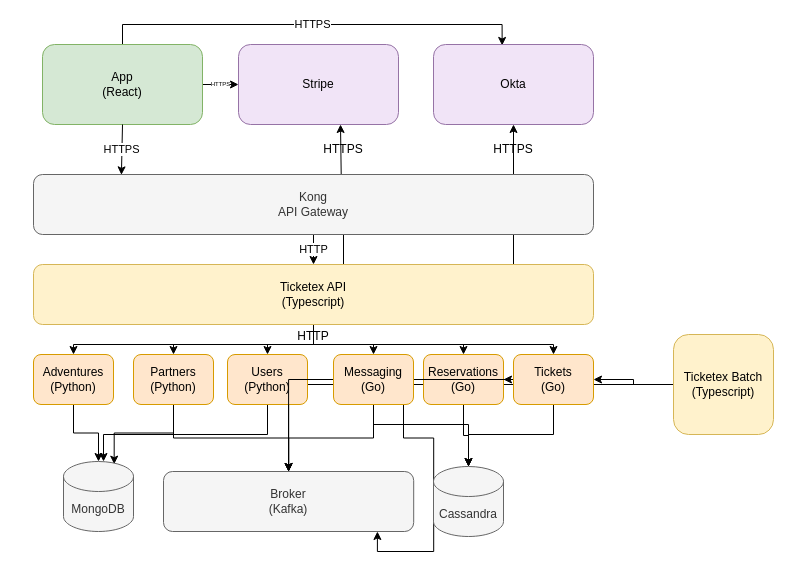
andrescosta/ticketex keeps this draw.io diagram as page "Arch (Low)" (3 of 4) of docs/arch.drawio. Above is the earlier version. Source tidied: cells renumbered, new cells numbered last; positions are measured from the earlier drawing's top-left corner, leaving out a move shared by most shapes. Both pictures are drawn from the tidied source at 100%, with x=0, y=0 at pixel (33, 24).
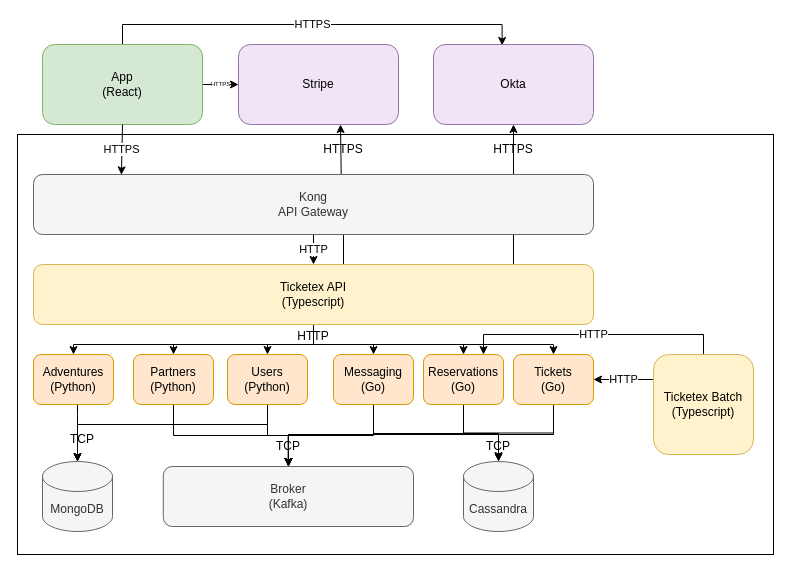
The same diagram, later.

The change refers to these unchanged cells:
```xml
<mxCell id="18" value="Partners&lt;br&gt;(Python)" style="rounded=1;whiteSpace=wrap;html=1;fillColor=#ffe6cc;strokeColor=#d79b00;" parent="1" vertex="1">
  <mxGeometry x="100" y="330" width="80" height="50" as="geometry" />
</mxCell>
<mxCell id="20" value="Users&lt;br&gt;(Python)" style="rounded=1;whiteSpace=wrap;html=1;fillColor=#ffe6cc;strokeColor=#d79b00;" parent="1" vertex="1">
  <mxGeometry x="194" y="330" width="80" height="50" as="geometry" />
</mxCell>
<mxCell id="24" value="Reservations&lt;br&gt;(Go)" style="rounded=1;whiteSpace=wrap;html=1;fillColor=#ffe6cc;strokeColor=#d79b00;" parent="1" vertex="1">
  <mxGeometry x="390" y="330" width="80" height="50" as="geometry" />
</mxCell>
<mxCell id="27" value="Tickets&lt;br&gt;(Go)" style="rounded=1;whiteSpace=wrap;html=1;fillColor=#ffe6cc;strokeColor=#d79b00;" parent="1" vertex="1">
  <mxGeometry x="480" y="330" width="80" height="50" as="geometry" />
</mxCell>
<mxCell id="30" value="Messaging&lt;br&gt;(Go)" style="rounded=1;whiteSpace=wrap;html=1;fillColor=#ffe6cc;strokeColor=#d79b00;" parent="1" vertex="1">
  <mxGeometry x="300" y="330" width="80" height="50" as="geometry" />
</mxCell>
<mxCell id="33" value="Adventures&lt;br&gt;(Python)" style="rounded=1;whiteSpace=wrap;html=1;fillColor=#ffe6cc;strokeColor=#d79b00;" parent="1" vertex="1">
  <mxGeometry y="330" width="80" height="50" as="geometry" />
</mxCell>
```

What changed in the source:
```diff
@@
+    <mxCell id="45" style="rounded=0;whiteSpace=wrap;html=1;" parent="1" vertex="1">
+      <mxGeometry x="-16" y="110" width="756" height="420" as="geometry" />
+    </mxCell>
@@
     <mxCell id="11" value="Broker&lt;br&gt;(Kafka)" style="rounded=1;whiteSpace=wrap;html=1;fillColor=#f5f5f5;strokeColor=#666666;fontColor=#333333;" parent="1" vertex="1">
-      <mxGeometry x="130" y="447" width="250.2" height="60" as="geometry" />
+      <mxGeometry x="129.8" y="442" width="250.2" height="60" as="geometry" />
     </mxCell>
+    <mxCell id="13" value="HTTP" style="edgeStyle=orthogonalEdgeStyle;rounded=0;jettySize=auto;html=1;entryX=1;entryY=0.5;entryDx=0;entryDy=0;" parent="1" edge="1" source="15" target="27">
+      <mxGeometry relative="1" as="geometry">
+        <Array as="points">
+          <mxPoint x="610" y="355" />
+          <mxPoint x="610" y="355" />
+        </Array>
+      </mxGeometry>
+    </mxCell>
-    <mxCell id="12" style="edgeStyle=orthogonalEdgeStyle;rounded=0;jettySize=auto;html=1;" parent="1" edge="1" source="15" target="24">
-      <mxGeometry relative="1" as="geometry" />
+    <mxCell id="12" value="HTTP" style="edgeStyle=orthogonalEdgeStyle;rounded=0;jettySize=auto;html=1;entryX=0.75;entryY=0;entryDx=0;entryDy=0;" parent="1" edge="1" source="15" target="24">
+      <mxGeometry relative="1" as="geometry">
+        <Array as="points">
+          <mxPoint x="670" y="310" />
+          <mxPoint x="450" y="310" />
+        </Array>
+      </mxGeometry>
     </mxCell>
-    <mxCell id="13" style="edgeStyle=orthogonalEdgeStyle;rounded=0;jettySize=auto;html=1;" parent="1" edge="1" source="15" target="27">
-      <mxGeometry relative="1" as="geometry" />
-    </mxCell>
-    <mxCell id="14" style="edgeStyle=orthogonalEdgeStyle;rounded=0;jettySize=auto;html=1;" parent="1" edge="1" source="15" target="11">
-      <mxGeometry relative="1" as="geometry" />
-    </mxCell>
     <mxCell id="15" value="Ticketex&amp;nbsp;Batch&lt;br&gt;(Typescript)" style="rounded=1;whiteSpace=wrap;html=1;fillColor=#fff2cc;strokeColor=#d6b656;" parent="1" vertex="1">
-      <mxGeometry x="640" y="310" width="100" height="100" as="geometry" />
+      <mxGeometry x="620" y="330" width="100" height="100" as="geometry" />
     </mxCell>
-    <mxCell id="16" style="edgeStyle=orthogonalEdgeStyle;rounded=0;jettySize=auto;html=1;entryX=0.724;entryY=0.038;entryDx=0;entryDy=0;entryPerimeter=0;" parent="1" edge="1" source="18" target="21">
-      <mxGeometry relative="1" as="geometry" />
+    <mxCell id="16" style="edgeStyle=orthogonalEdgeStyle;rounded=0;jettySize=auto;html=1;entryX=0.5;entryY=0;entryDx=0;entryDy=0;entryPerimeter=0;" parent="1" edge="1" source="18" target="21">
+      <mxGeometry relative="1" as="geometry">
+        <Array as="points">
+          <mxPoint x="140" y="400" />
+          <mxPoint x="44" y="400" />
+        </Array>
+      </mxGeometry>
     </mxCell>
@@
     <mxCell id="19" style="edgeStyle=orthogonalEdgeStyle;rounded=0;jettySize=auto;html=1;" parent="1" edge="1" source="20" target="21">
       <mxGeometry relative="1" as="geometry">
         <Array as="points">
-          <mxPoint x="234" y="410" />
-          <mxPoint x="70" y="410" />
+          <mxPoint x="234" y="400" />
+          <mxPoint x="44" y="400" />
         </Array>
       </mxGeometry>
     </mxCell>
+    <mxCell id="46" style="edgeStyle=orthogonalEdgeStyle;rounded=0;jettySize=auto;html=1;entryX=0.5;entryY=0;entryDx=0;entryDy=0;" parent="1" edge="1" source="20" target="11">
+      <mxGeometry relative="1" as="geometry" />
+    </mxCell>
+    <mxCell id="47" style="edgeStyle=orthogonalEdgeStyle;rounded=0;jettySize=auto;html=1;entryX=0.5;entryY=0;entryDx=0;entryDy=0;" parent="1" edge="1" source="20" target="11">
+      <mxGeometry relative="1" as="geometry" />
+    </mxCell>
@@
     <mxCell id="21" value="MongoDB" style="shape=cylinder3;whiteSpace=wrap;html=1;boundedLbl=1;backgroundOutline=1;size=15;fillColor=#f5f5f5;strokeColor=#666666;fontColor=#333333;" parent="1" vertex="1">
-      <mxGeometry x="30" y="437" width="70" height="70" as="geometry" />
+      <mxGeometry x="9" y="437" width="70" height="70" as="geometry" />
     </mxCell>
@@
-    <mxCell id="23" style="edgeStyle=orthogonalEdgeStyle;rounded=0;jettySize=auto;html=1;entryX=0.855;entryY=1;entryDx=0;entryDy=0;entryPerimeter=0;" parent="1" edge="1" source="24" target="11">
-      <mxGeometry relative="1" as="geometry" />
+    <mxCell id="23" style="edgeStyle=orthogonalEdgeStyle;rounded=0;jettySize=auto;html=1;" parent="1" edge="1" source="24" target="11">
+      <mxGeometry relative="1" as="geometry">
+        <Array as="points">
+          <mxPoint x="430" y="410" />
+          <mxPoint x="255" y="410" />
+        </Array>
+      </mxGeometry>
     </mxCell>
@@
     <mxCell id="25" style="edgeStyle=orthogonalEdgeStyle;rounded=0;jettySize=auto;html=1;entryX=0.5;entryY=0;entryDx=0;entryDy=0;entryPerimeter=0;" parent="1" edge="1" source="27" target="31">
-      <mxGeometry relative="1" as="geometry">
-        <Array as="points">
-          <mxPoint x="520" y="410" />
-          <mxPoint x="435" y="410" />
-        </Array>
-      </mxGeometry>
+      <mxGeometry relative="1" as="geometry" />
     </mxCell>
     <mxCell id="26" style="edgeStyle=orthogonalEdgeStyle;rounded=0;jettySize=auto;html=1;" parent="1" edge="1" source="27" target="11">
-      <mxGeometry relative="1" as="geometry" />
+      <mxGeometry relative="1" as="geometry">
+        <Array as="points">
+          <mxPoint x="520" y="410" />
+          <mxPoint x="255" y="410" />
+        </Array>
+      </mxGeometry>
     </mxCell>
@@
-    <mxCell id="28" style="edgeStyle=orthogonalEdgeStyle;rounded=0;jettySize=auto;html=1;" parent="1" edge="1" source="30" target="31">
-      <mxGeometry relative="1" as="geometry">
-        <Array as="points">
-          <mxPoint x="340" y="400" />
-          <mxPoint x="435" y="400" />
-        </Array>
-      </mxGeometry>
-    </mxCell>
+    <mxCell id="48" style="edgeStyle=orthogonalEdgeStyle;rounded=0;orthogonalLoop=1;jettySize=auto;html=1;entryX=0.5;entryY=0;entryDx=0;entryDy=0;entryPerimeter=0;" parent="1" edge="1">
+      <mxGeometry relative="1" as="geometry">
+        <mxPoint x="340" y="379" as="sourcePoint" />
+        <mxPoint x="465" y="436" as="targetPoint" />
+        <Array as="points">
+          <mxPoint x="340" y="409" />
+          <mxPoint x="465" y="409" />
+        </Array>
+      </mxGeometry>
+    </mxCell>
-    <mxCell id="29" style="edgeStyle=orthogonalEdgeStyle;rounded=0;jettySize=auto;html=1;" parent="1" edge="1" source="30" target="11">
+    <mxCell id="29" style="edgeStyle=orthogonalEdgeStyle;rounded=0;jettySize=auto;html=1;entryX=0.5;entryY=0;entryDx=0;entryDy=0;" parent="1" edge="1" source="30" target="11">
       <mxGeometry relative="1" as="geometry" />
     </mxCell>
@@
     <mxCell id="31" value="Cassandra" style="shape=cylinder3;whiteSpace=wrap;html=1;boundedLbl=1;backgroundOutline=1;size=15;fillColor=#f5f5f5;strokeColor=#666666;fontColor=#333333;" parent="1" vertex="1">
-      <mxGeometry x="400" y="442" width="70" height="70" as="geometry" />
+      <mxGeometry x="430" y="437" width="70" height="70" as="geometry" />
     </mxCell>
-    <mxCell id="32" style="edgeStyle=orthogonalEdgeStyle;rounded=0;jettySize=auto;html=1;" parent="1" edge="1" source="33" target="21">
-      <mxGeometry relative="1" as="geometry" />
+    <mxCell id="32" style="edgeStyle=orthogonalEdgeStyle;rounded=0;jettySize=auto;html=1;entryX=0.5;entryY=0;entryDx=0;entryDy=0;entryPerimeter=0;" parent="1" edge="1" source="33" target="21">
+      <mxGeometry relative="1" as="geometry">
+        <Array as="points">
+          <mxPoint x="44" y="390" />
+          <mxPoint x="44" y="390" />
+        </Array>
+      </mxGeometry>
     </mxCell>
@@
+    <mxCell id="49" value="TCP" style="text;html=1;strokeColor=none;fillColor=none;align=center;verticalAlign=middle;whiteSpace=wrap;rounded=0;" parent="1" vertex="1">
+      <mxGeometry x="19" y="400" width="60" height="30" as="geometry" />
+    </mxCell>
+    <mxCell id="50" value="TCP" style="text;html=1;strokeColor=none;fillColor=none;align=center;verticalAlign=middle;whiteSpace=wrap;rounded=0;" parent="1" vertex="1">
+      <mxGeometry x="435" y="407" width="60" height="30" as="geometry" />
+    </mxCell>
+    <mxCell id="51" value="TCP" style="text;html=1;strokeColor=none;fillColor=none;align=center;verticalAlign=middle;whiteSpace=wrap;rounded=0;" parent="1" vertex="1">
+      <mxGeometry x="224.9" y="407" width="60" height="30" as="geometry" />
+    </mxCell>
```
